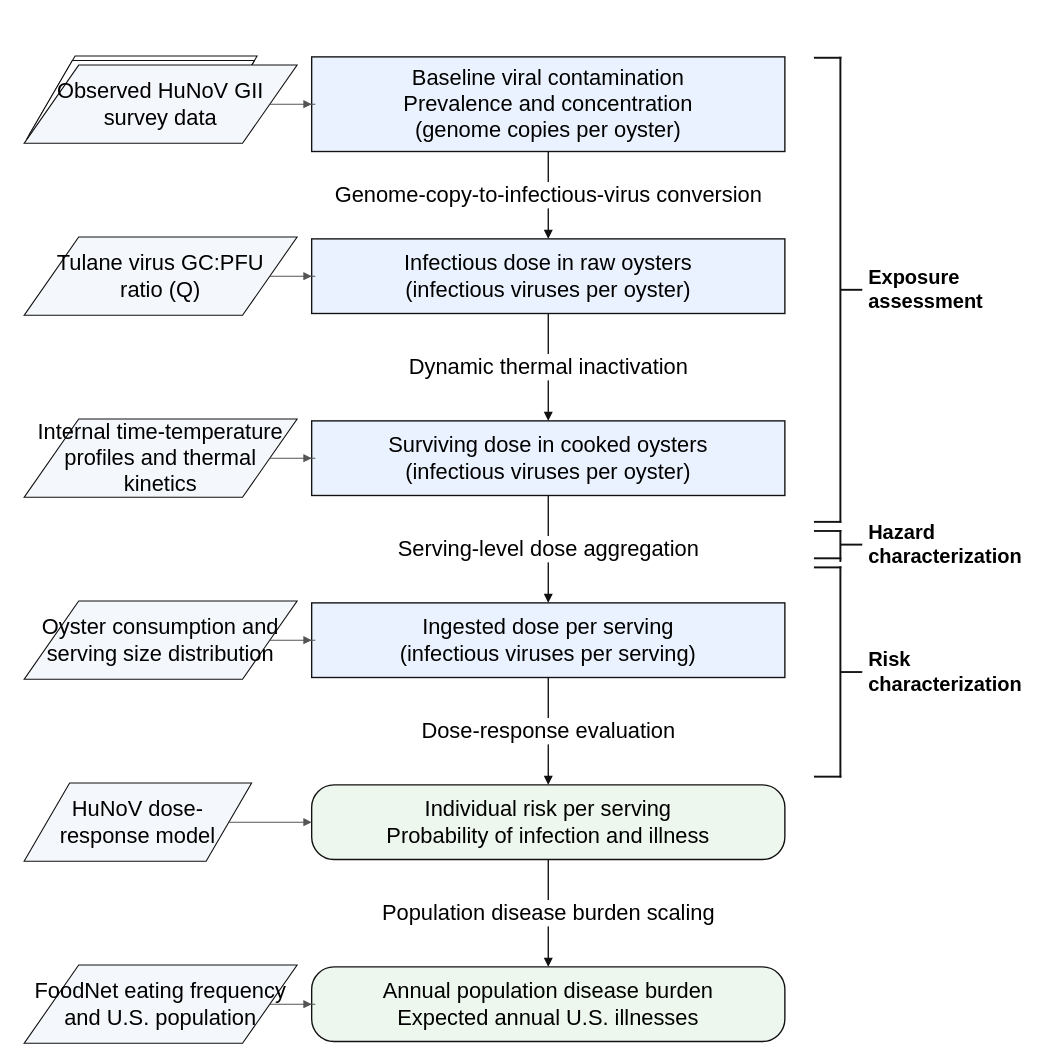
This is figures/figure1_oyster_qmra_workflow.drawio from Weifanwu66/oyster-norovirus-qmra, a draw.io file, before an edit. Source tidied: cells renumbered, new cells numbered last; positions are measured from the earlier drawing's top-left corner, leaving out a move shared by most shapes. Both pictures are drawn from the tidied source at 91%, with x=0, y=0 at pixel (24, 56).
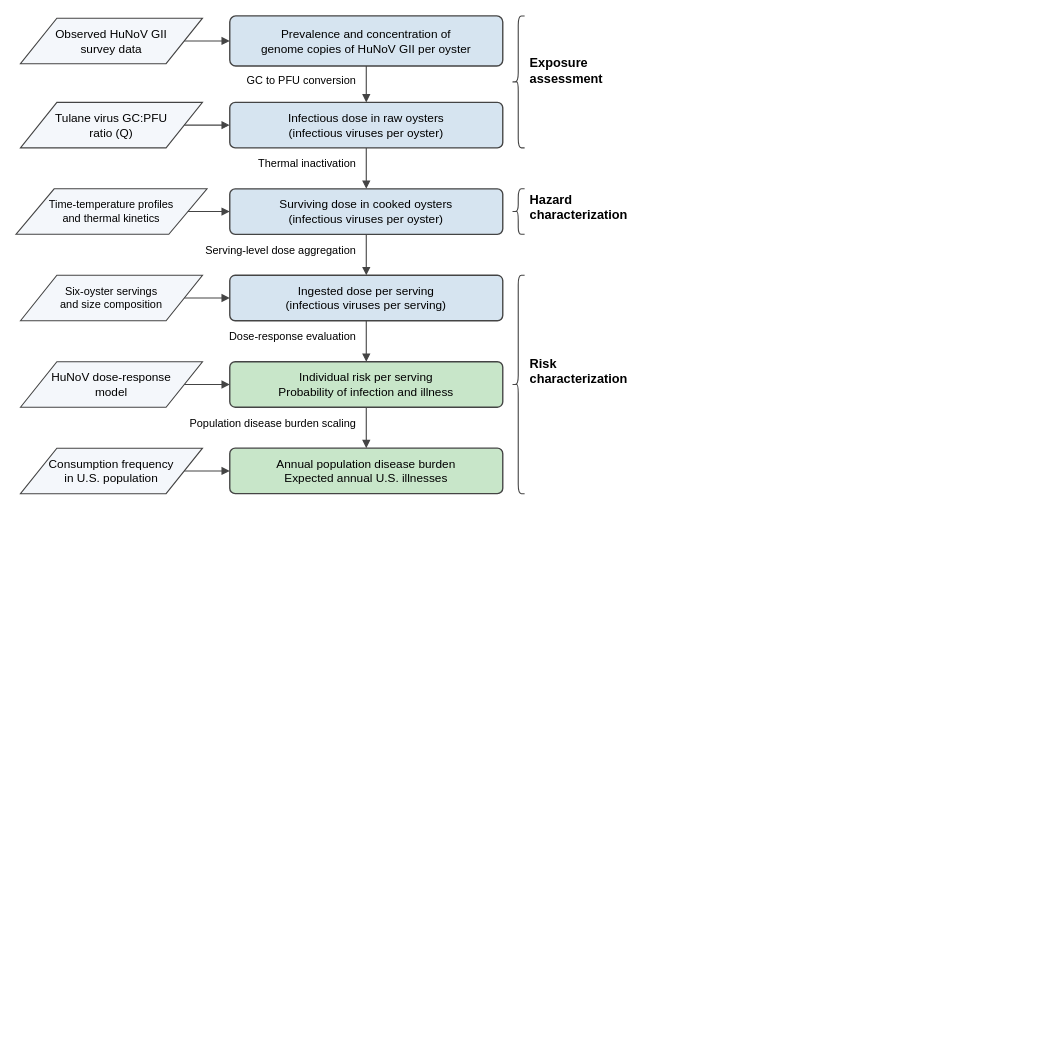
After the change.

Change to the diagram source:
```diff
@@
-    <mxCell id="2" value="Baseline viral contamination&#10;Prevalence and concentration&#10;(genome copies per oyster)" style="rounded=0;whiteSpace=wrap;html=1;align=center;verticalAlign=middle;fontFamily=Arial;fontSize=24;fillColor=#EAF2FF;strokeColor=#111111;strokeWidth=1.5;spacing=8;" parent="1" vertex="1">
-      <mxGeometry x="316" y="1" width="520" height="104" as="geometry" />
-    </mxCell>
+    <mxCell id="10" value="Observed HuNoV GII&#10;survey data" style="shape=parallelogram;perimeter=parallelogramPerimeter;whiteSpace=wrap;html=1;align=center;verticalAlign=middle;fontFamily=Arial;fontSize=13;fillColor=#F4F7FB;strokeColor=#444444;strokeWidth=1.2;spacing=3;" parent="1" vertex="1">
+      <mxGeometry x="-4" y="-41.5" width="200" height="50" as="geometry" />
+    </mxCell>
+    <mxCell id="42" value="Prevalence and concentration of&#10;genome copies of HuNoV GII per oyster" style="rounded=1;whiteSpace=wrap;html=1;align=center;verticalAlign=middle;fontFamily=Arial;fontSize=13;fillColor=#D6E4F0;strokeColor=#444444;strokeWidth=1.5;spacing=4;arcSize=12;" parent="1" vertex="1">
+      <mxGeometry x="226" y="-44" width="300" height="55" as="geometry" />
+    </mxCell>
+    <mxCell id="43" style="endArrow=block;endFill=1;strokeColor=#444444;strokeWidth=1.2;exitX=1;exitY=0.5;exitDx=-1;exitDy=0;entryX=0;entryY=0.5;entryDx=0;entryDy=0;perimeterSpacing=0;sourcePerimeterSpacing=0;targetPerimeterSpacing=0;" parent="1" edge="1" source="10" target="42">
+      <mxGeometry relative="1" as="geometry" />
+    </mxCell>
+    <mxCell id="44" value="GC to PFU conversion" style="text;html=1;align=right;verticalAlign=middle;fontFamily=Arial;fontSize=12;strokeColor=none;fillColor=none;" parent="1" vertex="1">
+      <mxGeometry x="166" y="16" width="200" height="22" as="geometry" />
+    </mxCell>
+    <mxCell id="45" style="endArrow=block;endFill=1;strokeColor=#444444;strokeWidth=1.2;exitX=0.5;exitY=1;exitDx=0;exitDy=-1;entryX=0.5;entryY=0;entryDx=0;entryDy=0;perimeterSpacing=0;sourcePerimeterSpacing=0;targetPerimeterSpacing=0;" parent="1" edge="1" source="42" target="3">
+      <mxGeometry relative="1" as="geometry" />
+    </mxCell>
+    <mxCell id="11" value="Tulane virus GC:PFU&#10;ratio (Q)" style="shape=parallelogram;perimeter=parallelogramPerimeter;whiteSpace=wrap;html=1;align=center;verticalAlign=middle;fontFamily=Arial;fontSize=13;fillColor=#F4F7FB;strokeColor=#444444;strokeWidth=1.2;spacing=3;" parent="1" vertex="1">
+      <mxGeometry x="-4" y="51" width="200" height="50" as="geometry" />
+    </mxCell>
-    <mxCell id="3" value="Infectious dose in raw oysters&#10;(infectious viruses per oyster)" style="rounded=0;whiteSpace=wrap;html=1;align=center;verticalAlign=middle;fontFamily=Arial;fontSize=24;fillColor=#EAF2FF;strokeColor=#111111;strokeWidth=1.5;spacing=8;" parent="1" vertex="1">
-      <mxGeometry x="316" y="201" width="520" height="82" as="geometry" />
+    <mxCell id="3" value="Infectious dose in raw oysters&#10;(infectious viruses per oyster)" style="rounded=1;whiteSpace=wrap;html=1;align=center;verticalAlign=middle;fontFamily=Arial;fontSize=13;fillColor=#D6E4F0;strokeColor=#444444;strokeWidth=1.5;spacing=4;arcSize=12;" parent="1" vertex="1">
+      <mxGeometry x="226" y="51" width="300" height="50" as="geometry" />
     </mxCell>
+    <mxCell id="22" style="endArrow=block;endFill=1;strokeColor=#444444;strokeWidth=1.2;exitX=1;exitY=0.5;exitDx=-1;exitDy=0;entryX=0;entryY=0.5;entryDx=0;entryDy=0;perimeterSpacing=0;sourcePerimeterSpacing=0;targetPerimeterSpacing=0;" parent="1" edge="1" source="11" target="3">
+      <mxGeometry relative="1" as="geometry" />
+    </mxCell>
+    <mxCell id="46" style="shape=curlyBracket;whiteSpace=wrap;html=1;rounded=1;flipH=0;size=0.5;strokeColor=#444444;strokeWidth=1.2;fillColor=none;" parent="1" vertex="1">
+      <mxGeometry x="536" y="-44" width="14" height="145" as="geometry" />
+    </mxCell>
+    <mxCell id="31" value="Exposure&#10;assessment" style="text;html=1;align=left;verticalAlign=middle;fontFamily=Arial;fontSize=14;fontStyle=1;strokeColor=none;fillColor=none;" parent="1" vertex="1">
+      <mxGeometry x="554" y="-4" width="110" height="40" as="geometry" />
+    </mxCell>
+    <mxCell id="47" value="Thermal inactivation" style="text;html=1;align=right;verticalAlign=middle;fontFamily=Arial;fontSize=12;strokeColor=none;fillColor=none;" parent="1" vertex="1">
+      <mxGeometry x="166" y="108" width="200" height="22" as="geometry" />
+    </mxCell>
+    <mxCell id="17" style="endArrow=block;endFill=1;strokeColor=#444444;strokeWidth=1.2;exitX=0.5;exitY=1;exitDx=0;exitDy=-1;entryX=0.5;entryY=0;entryDx=0;entryDy=0;perimeterSpacing=0;sourcePerimeterSpacing=0;targetPerimeterSpacing=0;" parent="1" edge="1" source="3" target="4">
+      <mxGeometry relative="1" as="geometry" />
+    </mxCell>
+    <mxCell id="12" value="Time-temperature profiles&#10;and thermal kinetics" style="shape=parallelogram;perimeter=parallelogramPerimeter;whiteSpace=wrap;html=1;align=center;verticalAlign=middle;fontFamily=Arial;fontSize=12;fillColor=#F4F7FB;strokeColor=#444444;strokeWidth=1.2;spacing=3;" parent="1" vertex="1">
+      <mxGeometry x="-9" y="146" width="210" height="50" as="geometry" />
+    </mxCell>
-    <mxCell id="4" value="Surviving dose in cooked oysters&#10;(infectious viruses per oyster)" style="rounded=0;whiteSpace=wrap;html=1;align=center;verticalAlign=middle;fontFamily=Arial;fontSize=24;fillColor=#EAF2FF;strokeColor=#111111;strokeWidth=1.5;spacing=8;" parent="1" vertex="1">
-      <mxGeometry x="316" y="401" width="520" height="82" as="geometry" />
+    <mxCell id="4" value="Surviving dose in cooked oysters&#10;(infectious viruses per oyster)" style="rounded=1;whiteSpace=wrap;html=1;align=center;verticalAlign=middle;fontFamily=Arial;fontSize=13;fillColor=#D6E4F0;strokeColor=#444444;strokeWidth=1.5;spacing=4;arcSize=12;" parent="1" vertex="1">
+      <mxGeometry x="226" y="146" width="300" height="50" as="geometry" />
     </mxCell>
+    <mxCell id="23" style="endArrow=block;endFill=1;strokeColor=#444444;strokeWidth=1.2;exitX=1;exitY=0.5;exitDx=-1;exitDy=0;entryX=0;entryY=0.5;entryDx=0;entryDy=0;perimeterSpacing=0;sourcePerimeterSpacing=0;targetPerimeterSpacing=0;" parent="1" edge="1" source="12" target="4">
+      <mxGeometry relative="1" as="geometry" />
+    </mxCell>
+    <mxCell id="48" style="shape=curlyBracket;whiteSpace=wrap;html=1;rounded=1;flipH=0;size=0.5;strokeColor=#444444;strokeWidth=1.2;fillColor=none;" parent="1" vertex="1">
+      <mxGeometry x="536" y="146" width="14" height="50" as="geometry" />
+    </mxCell>
+    <mxCell id="36" value="Hazard&#10;characterization" style="text;html=1;align=left;verticalAlign=middle;fontFamily=Arial;fontSize=14;fontStyle=1;strokeColor=none;fillColor=none;" parent="1" vertex="1">
+      <mxGeometry x="554" y="146" width="130" height="40" as="geometry" />
+    </mxCell>
+    <mxCell id="18" value="Serving-level dose aggregation" style="text;html=1;align=right;verticalAlign=middle;fontFamily=Arial;fontSize=12;strokeColor=none;fillColor=none;" parent="1" vertex="1">
+      <mxGeometry x="106" y="203" width="260" height="22" as="geometry" />
+    </mxCell>
+    <mxCell id="49" style="endArrow=block;endFill=1;strokeColor=#444444;strokeWidth=1.2;exitX=0.5;exitY=1;exitDx=0;exitDy=-1;entryX=0.5;entryY=0;entryDx=0;entryDy=0;perimeterSpacing=0;sourcePerimeterSpacing=0;targetPerimeterSpacing=0;" parent="1" edge="1" source="4" target="5">
+      <mxGeometry relative="1" as="geometry" />
+    </mxCell>
+    <mxCell id="13" value="Six-oyster servings&#10;and size composition" style="shape=parallelogram;perimeter=parallelogramPerimeter;whiteSpace=wrap;html=1;align=center;verticalAlign=middle;fontFamily=Arial;fontSize=12;fillColor=#F4F7FB;strokeColor=#444444;strokeWidth=1.2;spacing=3;" parent="1" vertex="1">
+      <mxGeometry x="-4" y="241" width="200" height="50" as="geometry" />
+    </mxCell>
-    <mxCell id="5" value="Ingested dose per serving&#10;(infectious viruses per serving)" style="rounded=0;whiteSpace=wrap;html=1;align=center;verticalAlign=middle;fontFamily=Arial;fontSize=24;fillColor=#EAF2FF;strokeColor=#111111;strokeWidth=1.5;spacing=8;" parent="1" vertex="1">
-      <mxGeometry x="316" y="601" width="520" height="82" as="geometry" />
+    <mxCell id="5" value="Ingested dose per serving&#10;(infectious viruses per serving)" style="rounded=1;whiteSpace=wrap;html=1;align=center;verticalAlign=middle;fontFamily=Arial;fontSize=13;fillColor=#D6E4F0;strokeColor=#444444;strokeWidth=1.5;spacing=4;arcSize=12;" parent="1" vertex="1">
+      <mxGeometry x="226" y="241" width="300" height="50" as="geometry" />
     </mxCell>
+    <mxCell id="24" style="endArrow=block;endFill=1;strokeColor=#444444;strokeWidth=1.2;exitX=1;exitY=0.5;exitDx=-1;exitDy=0;entryX=0;entryY=0.5;entryDx=0;entryDy=0;perimeterSpacing=0;sourcePerimeterSpacing=0;targetPerimeterSpacing=0;" parent="1" edge="1" source="13" target="5">
+      <mxGeometry relative="1" as="geometry" />
+    </mxCell>
+    <mxCell id="19" value="Dose-response evaluation" style="text;html=1;align=right;verticalAlign=middle;fontFamily=Arial;fontSize=12;strokeColor=none;fillColor=none;" parent="1" vertex="1">
+      <mxGeometry x="126" y="298" width="240" height="22" as="geometry" />
+    </mxCell>
+    <mxCell id="50" style="endArrow=block;endFill=1;strokeColor=#444444;strokeWidth=1.2;exitX=0.5;exitY=1;exitDx=0;exitDy=-1;entryX=0.5;entryY=0;entryDx=0;entryDy=0;perimeterSpacing=0;sourcePerimeterSpacing=0;targetPerimeterSpacing=0;" parent="1" edge="1" source="5" target="6">
+      <mxGeometry relative="1" as="geometry" />
+    </mxCell>
+    <mxCell id="14" value="HuNoV dose-response&#10;model" style="shape=parallelogram;perimeter=parallelogramPerimeter;whiteSpace=wrap;html=1;align=center;verticalAlign=middle;fontFamily=Arial;fontSize=13;fillColor=#F4F7FB;strokeColor=#444444;strokeWidth=1.2;spacing=3;" parent="1" vertex="1">
+      <mxGeometry x="-4" y="336" width="200" height="50" as="geometry" />
+    </mxCell>
-    <mxCell id="6" value="Individual risk per serving&#10;Probability of infection and illness" style="rounded=1;arcSize=30;whiteSpace=wrap;html=1;align=center;verticalAlign=middle;fontFamily=Arial;fontSize=24;fillColor=#EDF7ED;strokeColor=#111111;strokeWidth=1.5;spacing=8;" parent="1" vertex="1">
-      <mxGeometry x="316" y="801" width="520" height="82" as="geometry" />
+    <mxCell id="6" value="Individual risk per serving&#10;Probability of infection and illness" style="rounded=1;whiteSpace=wrap;html=1;align=center;verticalAlign=middle;fontFamily=Arial;fontSize=13;fillColor=#C8E6C9;strokeColor=#444444;strokeWidth=1.5;spacing=4;arcSize=12;" parent="1" vertex="1">
+      <mxGeometry x="226" y="336" width="300" height="50" as="geometry" />
     </mxCell>
+    <mxCell id="25" style="endArrow=block;endFill=1;strokeColor=#444444;strokeWidth=1.2;exitX=1;exitY=0.5;exitDx=-1;exitDy=0;entryX=0;entryY=0.5;entryDx=0;entryDy=0;perimeterSpacing=0;sourcePerimeterSpacing=0;targetPerimeterSpacing=0;" parent="1" edge="1" source="14" target="6">
+      <mxGeometry relative="1" as="geometry" />
+    </mxCell>
+    <mxCell id="51" style="shape=curlyBracket;whiteSpace=wrap;html=1;rounded=1;flipH=0;size=0.5;strokeColor=#444444;strokeWidth=1.2;fillColor=none;" parent="1" vertex="1">
+      <mxGeometry x="536" y="241" width="14" height="240" as="geometry" />
+    </mxCell>
+    <mxCell id="41" value="Risk&#10;characterization" style="text;html=1;align=left;verticalAlign=middle;fontFamily=Arial;fontSize=14;fontStyle=1;strokeColor=none;fillColor=none;" parent="1" vertex="1">
+      <mxGeometry x="554" y="326" width="130" height="40" as="geometry" />
+    </mxCell>
+    <mxCell id="20" value="Population disease burden scaling" style="text;html=1;align=right;verticalAlign=middle;fontFamily=Arial;fontSize=12;strokeColor=none;fillColor=none;" parent="1" vertex="1">
+      <mxGeometry x="96" y="393" width="270" height="22" as="geometry" />
+    </mxCell>
+    <mxCell id="52" style="endArrow=block;endFill=1;strokeColor=#444444;strokeWidth=1.2;exitX=0.5;exitY=1;exitDx=0;exitDy=-1;entryX=0.5;entryY=0;entryDx=0;entryDy=0;perimeterSpacing=0;sourcePerimeterSpacing=0;targetPerimeterSpacing=0;" parent="1" edge="1" source="6" target="7">
+      <mxGeometry relative="1" as="geometry" />
+    </mxCell>
+    <mxCell id="15" value="Consumption frequency&#10;in U.S. population" style="shape=parallelogram;perimeter=parallelogramPerimeter;whiteSpace=wrap;html=1;align=center;verticalAlign=middle;fontFamily=Arial;fontSize=13;fillColor=#F4F7FB;strokeColor=#444444;strokeWidth=1.2;spacing=3;" parent="1" vertex="1">
+      <mxGeometry x="-4" y="431" width="200" height="50" as="geometry" />
+    </mxCell>
-    <mxCell id="7" value="Annual population disease burden&#10;Expected annual U.S. illnesses" style="rounded=1;arcSize=30;whiteSpace=wrap;html=1;align=center;verticalAlign=middle;fontFamily=Arial;fontSize=24;fillColor=#EDF7ED;strokeColor=#111111;strokeWidth=1.5;spacing=8;" parent="1" vertex="1">
-      <mxGeometry x="316" y="1001" width="520" height="82" as="geometry" />
+    <mxCell id="7" value="Annual population disease burden&#10;Expected annual U.S. illnesses" style="rounded=1;whiteSpace=wrap;html=1;align=center;verticalAlign=middle;fontFamily=Arial;fontSize=13;fillColor=#C8E6C9;strokeColor=#444444;strokeWidth=1.5;spacing=4;arcSize=12;" parent="1" vertex="1">
+      <mxGeometry x="226" y="431" width="300" height="50" as="geometry" />
     </mxCell>
-    <mxCell id="8" style="shape=parallelogram;perimeter=parallelogramPerimeter;whiteSpace=wrap;html=1;fillColor=#FFFFFF;strokeColor=#111111;strokeWidth=1.2;" parent="1" vertex="1">
-      <mxGeometry x="6" width="250" height="86" as="geometry" />
-    </mxCell>
-    <mxCell id="9" style="shape=parallelogram;perimeter=parallelogramPerimeter;whiteSpace=wrap;html=1;fillColor=#FFFFFF;strokeColor=#111111;strokeWidth=1.2;" parent="1" vertex="1">
-      <mxGeometry x="3" y="5" width="250" height="86" as="geometry" />
-    </mxCell>
-    <mxCell id="10" value="Observed HuNoV GII survey data" style="shape=parallelogram;perimeter=parallelogramPerimeter;whiteSpace=wrap;html=1;align=center;verticalAlign=middle;fontFamily=Arial;fontSize=24;fillColor=#F4F7FB;strokeColor=#111111;strokeWidth=1.2;spacing=7;" parent="1" vertex="1">
-      <mxGeometry y="10" width="300" height="86" as="geometry" />
-    </mxCell>
-    <mxCell id="11" value="Tulane virus GC:PFU&#10;ratio (Q)" style="shape=parallelogram;perimeter=parallelogramPerimeter;whiteSpace=wrap;html=1;align=center;verticalAlign=middle;fontFamily=Arial;fontSize=24;fillColor=#F4F7FB;strokeColor=#111111;strokeWidth=1.2;spacing=7;" parent="1" vertex="1">
-      <mxGeometry y="199" width="300" height="86" as="geometry" />
-    </mxCell>
-    <mxCell id="12" value="Internal time-temperature&#10;profiles and thermal kinetics" style="shape=parallelogram;perimeter=parallelogramPerimeter;whiteSpace=wrap;html=1;align=center;verticalAlign=middle;fontFamily=Arial;fontSize=24;fillColor=#F4F7FB;strokeColor=#111111;strokeWidth=1.2;spacing=7;" parent="1" vertex="1">
-      <mxGeometry y="399" width="300" height="86" as="geometry" />
-    </mxCell>
-    <mxCell id="13" value="Oyster consumption and&#10;serving size distribution" style="shape=parallelogram;perimeter=parallelogramPerimeter;whiteSpace=wrap;html=1;align=center;verticalAlign=middle;fontFamily=Arial;fontSize=24;fillColor=#F4F7FB;strokeColor=#111111;strokeWidth=1.2;spacing=7;" parent="1" vertex="1">
-      <mxGeometry y="599" width="300" height="86" as="geometry" />
-    </mxCell>
-    <mxCell id="14" value="HuNoV dose-response model" style="shape=parallelogram;perimeter=parallelogramPerimeter;whiteSpace=wrap;html=1;align=center;verticalAlign=middle;fontFamily=Arial;fontSize=24;fillColor=#F4F7FB;strokeColor=#111111;strokeWidth=1.2;spacing=7;" parent="1" vertex="1">
-      <mxGeometry y="799" width="250" height="86" as="geometry" />
-    </mxCell>
-    <mxCell id="15" value="FoodNet eating frequency&#10;and U.S. population" style="shape=parallelogram;perimeter=parallelogramPerimeter;whiteSpace=wrap;html=1;align=center;verticalAlign=middle;fontFamily=Arial;fontSize=24;fillColor=#F4F7FB;strokeColor=#111111;strokeWidth=1.2;spacing=7;" parent="1" vertex="1">
-      <mxGeometry y="999" width="300" height="86" as="geometry" />
-    </mxCell>
-    <mxCell id="16" value="Genome-copy-to-infectious-virus conversion" style="edgeStyle=orthogonalEdgeStyle;rounded=0;jettySize=auto;html=1;strokeColor=#111111;strokeWidth=1.5;endArrow=block;endFill=1;fontFamily=Arial;fontSize=24;labelBackgroundColor=#FFFFFF;align=center;verticalAlign=middle;" parent="1" edge="1" source="2" target="3">
-      <mxGeometry relative="1" as="geometry" />
-    </mxCell>
-    <mxCell id="17" value="Dynamic thermal inactivation" style="edgeStyle=orthogonalEdgeStyle;rounded=0;jettySize=auto;html=1;strokeColor=#111111;strokeWidth=1.5;endArrow=block;endFill=1;fontFamily=Arial;fontSize=24;labelBackgroundColor=#FFFFFF;align=center;verticalAlign=middle;" parent="1" edge="1" source="3" target="4">
-      <mxGeometry relative="1" as="geometry" />
-    </mxCell>
-    <mxCell id="18" value="Serving-level dose aggregation" style="edgeStyle=orthogonalEdgeStyle;rounded=0;jettySize=auto;html=1;strokeColor=#111111;strokeWidth=1.5;endArrow=block;endFill=1;fontFamily=Arial;fontSize=24;labelBackgroundColor=#FFFFFF;align=center;verticalAlign=middle;" parent="1" edge="1" source="4" target="5">
-      <mxGeometry relative="1" as="geometry" />
-    </mxCell>
-    <mxCell id="19" value="Dose-response evaluation" style="edgeStyle=orthogonalEdgeStyle;rounded=0;jettySize=auto;html=1;strokeColor=#111111;strokeWidth=1.5;endArrow=block;endFill=1;fontFamily=Arial;fontSize=24;labelBackgroundColor=#FFFFFF;align=center;verticalAlign=middle;" parent="1" edge="1" source="5" target="6">
-      <mxGeometry relative="1" as="geometry" />
-    </mxCell>
-    <mxCell id="20" value="Population disease burden scaling" style="edgeStyle=orthogonalEdgeStyle;rounded=0;jettySize=auto;html=1;strokeColor=#111111;strokeWidth=1.5;endArrow=block;endFill=1;fontFamily=Arial;fontSize=24;labelBackgroundColor=#FFFFFF;align=center;verticalAlign=middle;" parent="1" edge="1" source="6" target="7">
-      <mxGeometry relative="1" as="geometry" />
-    </mxCell>
-    <mxCell id="21" style="edgeStyle=orthogonalEdgeStyle;rounded=0;jettySize=auto;html=1;strokeColor=#555555;strokeWidth=1.2;endArrow=block;endFill=1;" parent="1" edge="1" source="10" target="2">
-      <mxGeometry relative="1" as="geometry" />
-    </mxCell>
-    <mxCell id="22" style="edgeStyle=orthogonalEdgeStyle;rounded=0;jettySize=auto;html=1;strokeColor=#555555;strokeWidth=1.2;endArrow=block;endFill=1;" parent="1" edge="1" source="11" target="3">
-      <mxGeometry relative="1" as="geometry" />
-    </mxCell>
-    <mxCell id="23" style="edgeStyle=orthogonalEdgeStyle;rounded=0;jettySize=auto;html=1;strokeColor=#555555;strokeWidth=1.2;endArrow=block;endFill=1;" parent="1" edge="1" source="12" target="4">
-      <mxGeometry relative="1" as="geometry" />
-    </mxCell>
-    <mxCell id="24" style="edgeStyle=orthogonalEdgeStyle;rounded=0;jettySize=auto;html=1;strokeColor=#555555;strokeWidth=1.2;endArrow=block;endFill=1;" parent="1" edge="1" source="13" target="5">
-      <mxGeometry relative="1" as="geometry" />
-    </mxCell>
-    <mxCell id="25" style="edgeStyle=orthogonalEdgeStyle;rounded=0;jettySize=auto;html=1;strokeColor=#555555;strokeWidth=1.2;endArrow=block;endFill=1;" parent="1" edge="1" source="14" target="6">
-      <mxGeometry relative="1" as="geometry" />
-    </mxCell>
-    <mxCell id="26" style="edgeStyle=orthogonalEdgeStyle;rounded=0;jettySize=auto;html=1;strokeColor=#555555;strokeWidth=1.2;endArrow=block;endFill=1;" parent="1" edge="1" source="15" target="7">
+    <mxCell id="26" style="endArrow=block;endFill=1;strokeColor=#444444;strokeWidth=1.2;exitX=1;exitY=0.5;exitDx=-1;exitDy=0;entryX=0;entryY=0.5;entryDx=0;entryDy=0;perimeterSpacing=0;sourcePerimeterSpacing=0;targetPerimeterSpacing=0;" parent="1" edge="1" source="15" target="7">
       <mxGeometry relative="1" as="geometry" />
     </mxCell>
-    <mxCell id="27" style="rounded=0;whiteSpace=wrap;html=1;fillColor=#111111;strokeColor=#111111;strokeWidth=0;" parent="1" vertex="1">
-      <mxGeometry x="896" y="1" width="2" height="512" as="geometry" />
-    </mxCell>
-    <mxCell id="28" style="rounded=0;whiteSpace=wrap;html=1;fillColor=#111111;strokeColor=#111111;strokeWidth=0;" parent="1" vertex="1">
-      <mxGeometry x="868" y="1" width="30" height="2" as="geometry" />
-    </mxCell>
-    <mxCell id="29" style="rounded=0;whiteSpace=wrap;html=1;fillColor=#111111;strokeColor=#111111;strokeWidth=0;" parent="1" vertex="1">
-      <mxGeometry x="868" y="511" width="30" height="2" as="geometry" />
-    </mxCell>
-    <mxCell id="30" style="rounded=0;whiteSpace=wrap;html=1;fillColor=#111111;strokeColor=#111111;strokeWidth=0;" parent="1" vertex="1">
-      <mxGeometry x="897" y="256" width="24" height="2" as="geometry" />
-    </mxCell>
-    <mxCell id="31" value="Exposure&#10;assessment" style="text;html=1;strokeColor=none;fillColor=none;align=left;verticalAlign=middle;whiteSpace=wrap;fontFamily=Arial;fontSize=22;fontStyle=1;" parent="1" vertex="1">
-      <mxGeometry x="926" y="226" width="155" height="62" as="geometry" />
-    </mxCell>
-    <mxCell id="32" style="rounded=0;whiteSpace=wrap;html=1;fillColor=#111111;strokeColor=#111111;strokeWidth=0;" parent="1" vertex="1">
-      <mxGeometry x="896" y="521" width="2" height="35" as="geometry" />
-    </mxCell>
-    <mxCell id="33" style="rounded=0;whiteSpace=wrap;html=1;fillColor=#111111;strokeColor=#111111;strokeWidth=0;" parent="1" vertex="1">
-      <mxGeometry x="868" y="521" width="30" height="2" as="geometry" />
-    </mxCell>
-    <mxCell id="34" style="rounded=0;whiteSpace=wrap;html=1;fillColor=#111111;strokeColor=#111111;strokeWidth=0;" parent="1" vertex="1">
-      <mxGeometry x="868" y="551" width="30" height="2" as="geometry" />
-    </mxCell>
-    <mxCell id="35" style="rounded=0;whiteSpace=wrap;html=1;fillColor=#111111;strokeColor=#111111;strokeWidth=0;" parent="1" vertex="1">
-      <mxGeometry x="897" y="536" width="24" height="2" as="geometry" />
-    </mxCell>
-    <mxCell id="36" value="Hazard&#10;characterization" style="text;html=1;strokeColor=none;fillColor=none;align=left;verticalAlign=middle;whiteSpace=wrap;fontFamily=Arial;fontSize=22;fontStyle=1;" parent="1" vertex="1">
-      <mxGeometry x="926" y="506" width="172" height="62" as="geometry" />
-    </mxCell>
-    <mxCell id="37" style="rounded=0;whiteSpace=wrap;html=1;fillColor=#111111;strokeColor=#111111;strokeWidth=0;" parent="1" vertex="1">
-      <mxGeometry x="896" y="561" width="2" height="232" as="geometry" />
-    </mxCell>
-    <mxCell id="38" style="rounded=0;whiteSpace=wrap;html=1;fillColor=#111111;strokeColor=#111111;strokeWidth=0;" parent="1" vertex="1">
-      <mxGeometry x="868" y="561" width="30" height="2" as="geometry" />
-    </mxCell>
-    <mxCell id="39" style="rounded=0;whiteSpace=wrap;html=1;fillColor=#111111;strokeColor=#111111;strokeWidth=0;" parent="1" vertex="1">
-      <mxGeometry x="868" y="791" width="30" height="2" as="geometry" />
-    </mxCell>
-    <mxCell id="40" style="rounded=0;whiteSpace=wrap;html=1;fillColor=#111111;strokeColor=#111111;strokeWidth=0;" parent="1" vertex="1">
-      <mxGeometry x="897" y="676" width="24" height="2" as="geometry" />
-    </mxCell>
-    <mxCell id="41" value="Risk&#10;characterization" style="text;html=1;strokeColor=none;fillColor=none;align=left;verticalAlign=middle;whiteSpace=wrap;fontFamily=Arial;fontSize=22;fontStyle=1;" parent="1" vertex="1">
-      <mxGeometry x="926" y="646" width="172" height="62" as="geometry" />
-    </mxCell>
```
